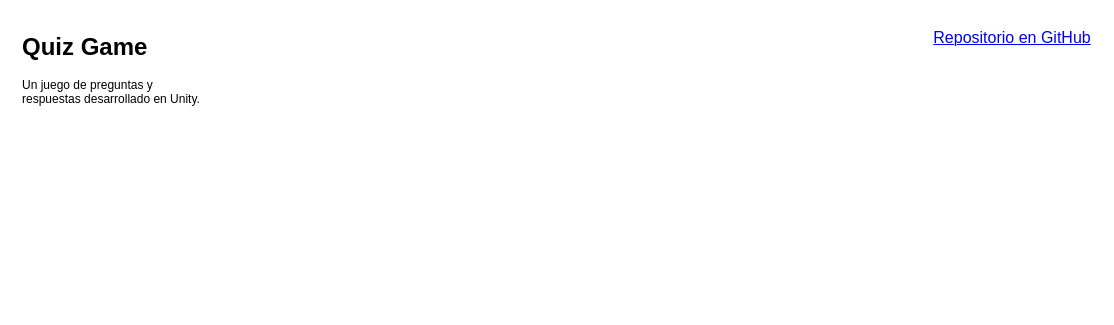
Before: Docs/quizgame.drawio in aesthezel/quizgame, a draw.io diagram. Source tidied: cells renumbered, new cells numbered last; positions are measured from the earlier drawing's top-left corner, leaving out a move shared by most shapes. Both pictures are drawn from the tidied source at 100%, with x=0, y=0 at pixel (17, 27).
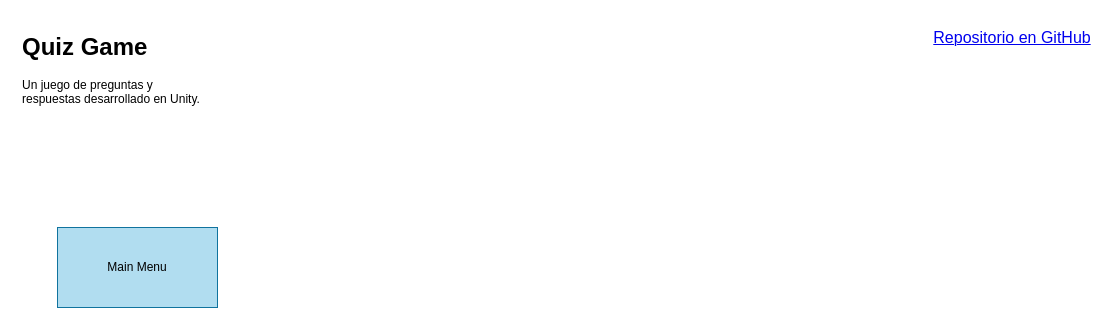
The same page after the edit.

The edit, as a diff of the source:
```diff
@@
 <mxGraphModel>
   <root>
     <mxCell id="0" />
     <mxCell id="1" parent="0" />
     <mxCell id="2" value="&lt;h1&gt;Quiz Game&lt;/h1&gt;&lt;div&gt;Un juego de preguntas y respuestas desarrollado en Unity.&lt;/div&gt;" style="text;html=1;strokeColor=none;fillColor=none;spacing=5;spacingTop=-20;whiteSpace=wrap;overflow=hidden;rounded=0;" parent="1" vertex="1">
       <mxGeometry width="190" height="80" as="geometry" />
     </mxCell>
     <mxCell id="3" value="&lt;a href=&quot;https://github.com/aesthezel/quizgame&quot;&gt;&lt;font style=&quot;font-size: 16px&quot;&gt;Repositorio en GitHub&lt;/font&gt;&lt;/a&gt;" style="text;html=1;strokeColor=none;fillColor=none;align=center;verticalAlign=middle;whiteSpace=wrap;rounded=0;" parent="1" vertex="1">
       <mxGeometry x="910" width="170" height="20" as="geometry" />
     </mxCell>
+    <mxCell id="4" value="&lt;font color=&quot;#000000&quot;&gt;Main Menu&lt;/font&gt;" style="rounded=0;whiteSpace=wrap;html=1;fillColor=#b1ddf0;strokeColor=#10739e;" parent="1" vertex="1">
+      <mxGeometry x="40" y="200" width="160" height="80" as="geometry" />
+    </mxCell>
   </root>
 </mxGraphModel>
```
